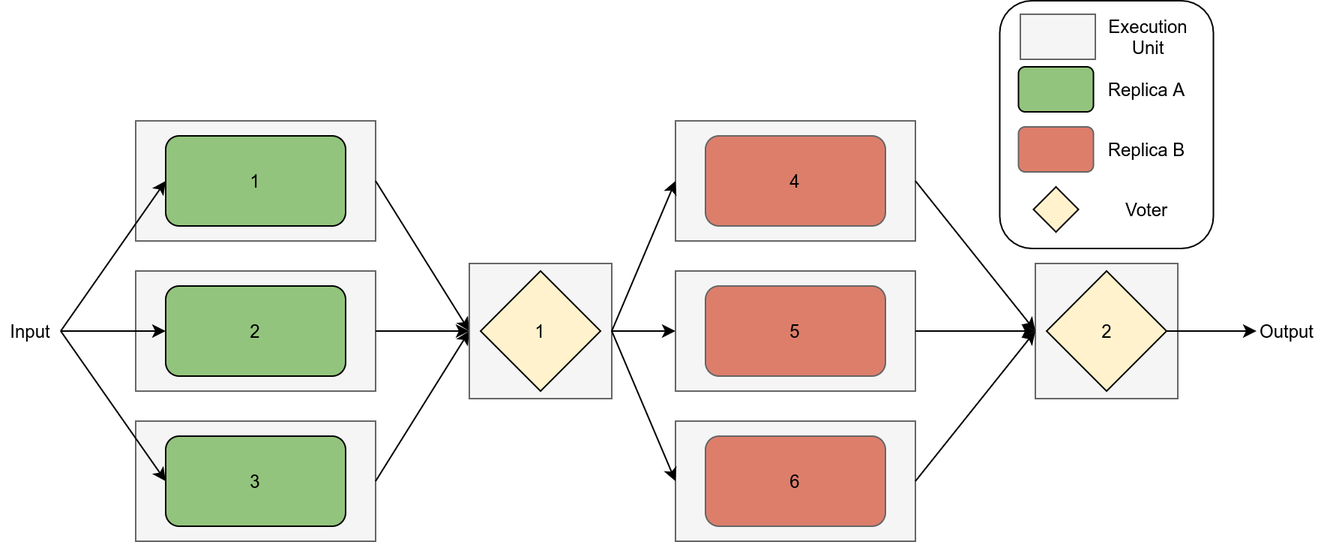
The draw.io diagram images/IntermediateVoting.png in Boffmann/masterThesis, before a commit. Source tidied: cells renumbered, new cells last; positions are measured from the earlier drawing's top-left corner, leaving out a move shared by most shapes.
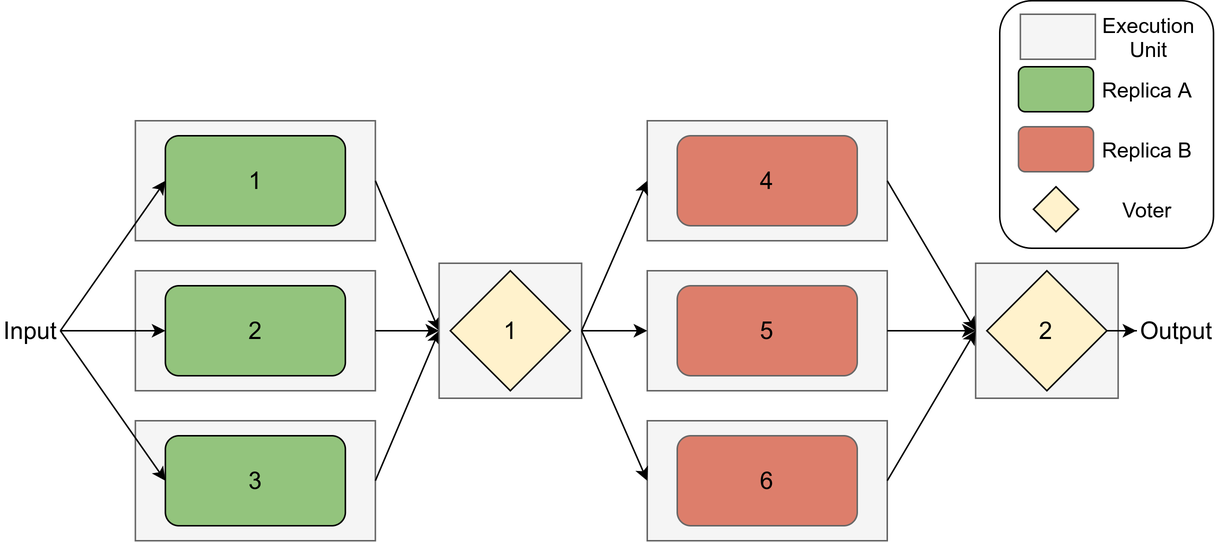
After the change.

Diff of the diagram source:
```diff
@@ -3,28 +3,30 @@
     <mxCell id="0" />
     <mxCell id="1" parent="0" />
     <mxCell id="2" style="rounded=0;whiteSpace=wrap;html=1;fillColor=#f5f5f5;strokeColor=#666666;fontColor=#333333;" parent="1" vertex="1">
-      <mxGeometry x="690" y="175" width="95" height="90" as="geometry" />
+      <mxGeometry x="683.9" y="-870" width="95" height="90" as="geometry" />
     </mxCell>
     <mxCell id="3" style="rounded=0;whiteSpace=wrap;html=1;fillColor=#f5f5f5;strokeColor=#666666;fontColor=#333333;" parent="1" vertex="1">
-      <mxGeometry x="90" y="180" width="160" height="80" as="geometry" />
+      <mxGeometry x="123.8" y="-865" width="160" height="80" as="geometry" />
     </mxCell>
     <mxCell id="4" style="rounded=0;whiteSpace=wrap;html=1;fillColor=#f5f5f5;strokeColor=#666666;fontColor=#333333;" parent="1" vertex="1">
-      <mxGeometry x="90" y="80" width="160" height="80" as="geometry" />
+      <mxGeometry x="123.8" y="-965" width="160" height="80" as="geometry" />
     </mxCell>
-    <mxCell id="5" value="1" style="rounded=1;whiteSpace=wrap;html=1;fillColor=#93C47D;" parent="1" vertex="1">
-      <mxGeometry x="110" y="90" width="120" height="60" as="geometry" />
+    <mxCell id="5" value="&lt;font style=&quot;font-size: 16px&quot;&gt;1&lt;/font&gt;" style="rounded=1;whiteSpace=wrap;html=1;fillColor=#93C47D;" parent="1" vertex="1">
+      <mxGeometry x="143.8" y="-955" width="120" height="60" as="geometry" />
     </mxCell>
-    <mxCell id="6" value="2" style="rounded=1;whiteSpace=wrap;html=1;fillColor=#93C47D;" parent="1" vertex="1">
-      <mxGeometry x="110" y="190" width="120" height="60" as="geometry" />
+    <mxCell id="6" value="&lt;font style=&quot;font-size: 16px&quot;&gt;2&lt;/font&gt;" style="rounded=1;whiteSpace=wrap;html=1;fillColor=#93C47D;" parent="1" vertex="1">
+      <mxGeometry x="143.8" y="-855" width="120" height="60" as="geometry" />
     </mxCell>
-    <mxCell id="7" style="edgeStyle=orthogonalEdgeStyle;rounded=0;jettySize=auto;html=1;entryX=0;entryY=0.5;entryDx=0;entryDy=0;" parent="1" edge="1" source="8" target="12">
-      <mxGeometry relative="1" as="geometry" />
+    <mxCell id="7" style="edgeStyle=orthogonalEdgeStyle;rounded=0;jettySize=auto;html=1;" parent="1" edge="1" source="8">
+      <mxGeometry relative="1" as="geometry">
+        <mxPoint x="791" y="-825" as="targetPoint" />
+      </mxGeometry>
     </mxCell>
-    <mxCell id="8" value="2" style="rhombus;whiteSpace=wrap;html=1;fillColor=#FFF2CC;" parent="1" vertex="1">
-      <mxGeometry x="697.5" y="180" width="80" height="80" as="geometry" />
+    <mxCell id="8" value="&lt;font style=&quot;font-size: 16px&quot;&gt;2&lt;/font&gt;" style="rhombus;whiteSpace=wrap;html=1;fillColor=#FFF2CC;" parent="1" vertex="1">
+      <mxGeometry x="691.4" y="-865" width="80" height="80" as="geometry" />
     </mxCell>
-    <mxCell id="9" value="Input" style="text;html=1;strokeColor=none;fillColor=none;align=center;verticalAlign=middle;whiteSpace=wrap;rounded=0;" parent="1" vertex="1">
-      <mxGeometry y="210" width="40" height="20" as="geometry" />
+    <mxCell id="9" value="&lt;font style=&quot;font-size: 16px&quot;&gt;Input&lt;/font&gt;" style="text;html=1;strokeColor=none;fillColor=none;align=center;verticalAlign=middle;whiteSpace=wrap;rounded=0;" parent="1" vertex="1">
+      <mxGeometry x="33.8" y="-835" width="40" height="20" as="geometry" />
     </mxCell>
     <mxCell id="10" style="endArrow=classic;html=1;exitX=1;exitY=0.5;exitDx=0;exitDy=0;entryX=0;entryY=0.5;entryDx=0;entryDy=0;" parent="1" edge="1" source="9" target="5">
       <mxGeometry relative="1" as="geometry" />
@@ -32,56 +34,56 @@
     <mxCell id="11" style="endArrow=classic;html=1;exitX=1;exitY=0.5;exitDx=0;exitDy=0;entryX=0;entryY=0.5;entryDx=0;entryDy=0;" parent="1" edge="1" source="9" target="6">
       <mxGeometry relative="1" as="geometry" />
     </mxCell>
-    <mxCell id="12" value="Output" style="text;html=1;strokeColor=none;fillColor=none;align=center;verticalAlign=middle;whiteSpace=wrap;rounded=0;" parent="1" vertex="1">
-      <mxGeometry x="837.5" y="210" width="40" height="20" as="geometry" />
+    <mxCell id="12" value="&lt;font style=&quot;font-size: 16px&quot;&gt;Output&lt;/font&gt;" style="text;html=1;strokeColor=none;fillColor=none;align=center;verticalAlign=middle;whiteSpace=wrap;rounded=0;" parent="1" vertex="1">
+      <mxGeometry x="797.5" y="-835" width="40" height="20" as="geometry" />
     </mxCell>
     <mxCell id="13" style="rounded=0;whiteSpace=wrap;html=1;fillColor=#f5f5f5;strokeColor=#666666;fontColor=#333333;" parent="1" vertex="1">
-      <mxGeometry x="90" y="280" width="160" height="80" as="geometry" />
+      <mxGeometry x="123.8" y="-765" width="160" height="80" as="geometry" />
     </mxCell>
-    <mxCell id="14" value="3" style="rounded=1;whiteSpace=wrap;html=1;fillColor=#93C47D;" parent="1" vertex="1">
-      <mxGeometry x="110" y="290" width="120" height="60" as="geometry" />
+    <mxCell id="14" value="&lt;font style=&quot;font-size: 16px&quot;&gt;3&lt;/font&gt;" style="rounded=1;whiteSpace=wrap;html=1;fillColor=#93C47D;" parent="1" vertex="1">
+      <mxGeometry x="143.8" y="-755" width="120" height="60" as="geometry" />
     </mxCell>
     <mxCell id="15" style="endArrow=classic;html=1;exitX=1;exitY=0.5;exitDx=0;exitDy=0;entryX=0;entryY=0.5;entryDx=0;entryDy=0;" parent="1" edge="1" source="9" target="14">
       <mxGeometry relative="1" as="geometry" />
     </mxCell>
     <mxCell id="16" style="rounded=1;whiteSpace=wrap;html=1;" parent="1" vertex="1">
-      <mxGeometry x="666.2" width="142.5" height="165" as="geometry" />
+      <mxGeometry x="700" y="-1045" width="142.5" height="165" as="geometry" />
     </mxCell>
     <mxCell id="17" style="rounded=0;whiteSpace=wrap;html=1;fillColor=#f5f5f5;strokeColor=#666666;fontColor=#333333;" parent="1" vertex="1">
-      <mxGeometry x="680" y="9" width="50" height="30" as="geometry" />
+      <mxGeometry x="713.8" y="-1036" width="50" height="30" as="geometry" />
     </mxCell>
-    <mxCell id="18" value="Execution&lt;br&gt;Unit" style="text;html=1;align=center;verticalAlign=middle;" parent="1" vertex="1">
-      <mxGeometry x="730" y="9" width="70" height="30" as="geometry" />
+    <mxCell id="18" value="&lt;font style=&quot;font-size: 14px&quot;&gt;Execution&lt;br&gt;Unit&lt;/font&gt;" style="text;html=1;align=center;verticalAlign=middle;" parent="1" vertex="1">
+      <mxGeometry x="758.8" y="-1041" width="80" height="40" as="geometry" />
     </mxCell>
     <mxCell id="19" style="rounded=1;whiteSpace=wrap;html=1;strokeColor=#666666;fillColor=#DD7E6B;" parent="1" vertex="1">
-      <mxGeometry x="678.8" y="84" width="50" height="30" as="geometry" />
+      <mxGeometry x="712.5" y="-961" width="50" height="30" as="geometry" />
     </mxCell>
-    <mxCell id="20" value="Replica B" style="text;html=1;align=center;verticalAlign=middle;" parent="1" vertex="1">
-      <mxGeometry x="728.8" y="89" width="70" height="20" as="geometry" />
+    <mxCell id="20" value="&lt;font style=&quot;font-size: 14px&quot;&gt;Replica B&lt;/font&gt;" style="text;html=1;align=center;verticalAlign=middle;" parent="1" vertex="1">
+      <mxGeometry x="757.5" y="-956" width="80" height="20" as="geometry" />
     </mxCell>
     <mxCell id="21" style="rhombus;whiteSpace=wrap;html=1;fillColor=#FFF2CC;" parent="1" vertex="1">
-      <mxGeometry x="688.8" y="124" width="30" height="30" as="geometry" />
+      <mxGeometry x="722.5" y="-921" width="30" height="30" as="geometry" />
     </mxCell>
-    <mxCell id="22" value="Voter" style="text;html=1;align=center;verticalAlign=middle;" parent="1" vertex="1">
-      <mxGeometry x="743.8" y="129" width="40" height="20" as="geometry" />
+    <mxCell id="22" value="&lt;font style=&quot;font-size: 14px&quot;&gt;Voter&lt;/font&gt;" style="text;html=1;align=center;verticalAlign=middle;" parent="1" vertex="1">
+      <mxGeometry x="772.5" y="-916" width="50" height="20" as="geometry" />
     </mxCell>
     <mxCell id="23" style="rounded=0;whiteSpace=wrap;html=1;fillColor=#f5f5f5;strokeColor=#666666;fontColor=#333333;" parent="1" vertex="1">
-      <mxGeometry x="450" y="280" width="160" height="80" as="geometry" />
+      <mxGeometry x="465" y="-765" width="160" height="80" as="geometry" />
     </mxCell>
-    <mxCell id="24" value="6" style="rounded=1;whiteSpace=wrap;html=1;strokeColor=#666666;fillColor=#DD7E6B;" parent="1" vertex="1">
-      <mxGeometry x="470" y="290" width="120" height="60" as="geometry" />
+    <mxCell id="24" value="&lt;font style=&quot;font-size: 16px&quot;&gt;6&lt;/font&gt;" style="rounded=1;whiteSpace=wrap;html=1;strokeColor=#666666;fillColor=#DD7E6B;" parent="1" vertex="1">
+      <mxGeometry x="485" y="-755" width="120" height="60" as="geometry" />
     </mxCell>
     <mxCell id="25" style="rounded=0;whiteSpace=wrap;html=1;fillColor=#f5f5f5;strokeColor=#666666;fontColor=#333333;" parent="1" vertex="1">
-      <mxGeometry x="450" y="180" width="160" height="80" as="geometry" />
+      <mxGeometry x="465" y="-865" width="160" height="80" as="geometry" />
     </mxCell>
-    <mxCell id="26" value="5" style="rounded=1;whiteSpace=wrap;html=1;strokeColor=#666666;fillColor=#DD7E6B;" parent="1" vertex="1">
-      <mxGeometry x="470" y="190" width="120" height="60" as="geometry" />
+    <mxCell id="26" value="&lt;font style=&quot;font-size: 16px&quot;&gt;5&lt;/font&gt;" style="rounded=1;whiteSpace=wrap;html=1;strokeColor=#666666;fillColor=#DD7E6B;" parent="1" vertex="1">
+      <mxGeometry x="485" y="-855" width="120" height="60" as="geometry" />
     </mxCell>
     <mxCell id="27" style="rounded=0;whiteSpace=wrap;html=1;fillColor=#f5f5f5;strokeColor=#666666;fontColor=#333333;" parent="1" vertex="1">
-      <mxGeometry x="450" y="80" width="160" height="80" as="geometry" />
+      <mxGeometry x="465" y="-965" width="160" height="80" as="geometry" />
     </mxCell>
-    <mxCell id="28" value="4" style="rounded=1;whiteSpace=wrap;html=1;strokeColor=#666666;fillColor=#DD7E6B;" parent="1" vertex="1">
-      <mxGeometry x="470" y="90" width="120" height="60" as="geometry" />
+    <mxCell id="28" value="&lt;font style=&quot;font-size: 16px&quot;&gt;4&lt;/font&gt;" style="rounded=1;whiteSpace=wrap;html=1;strokeColor=#666666;fillColor=#DD7E6B;" parent="1" vertex="1">
+      <mxGeometry x="485" y="-955" width="120" height="60" as="geometry" />
     </mxCell>
     <mxCell id="29" style="endArrow=classic;html=1;exitX=1;exitY=0.5;exitDx=0;exitDy=0;entryX=0;entryY=0.5;entryDx=0;entryDy=0;" parent="1" edge="1" source="23" target="2">
       <mxGeometry relative="1" as="geometry" />
@@ -102,16 +104,16 @@
       <mxGeometry relative="1" as="geometry" />
     </mxCell>
     <mxCell id="35" style="rounded=1;whiteSpace=wrap;html=1;fillColor=#93C47D;" parent="1" vertex="1">
-      <mxGeometry x="678.8" y="44" width="50" height="30" as="geometry" />
+      <mxGeometry x="712.5" y="-1001" width="50" height="30" as="geometry" />
     </mxCell>
-    <mxCell id="36" value="Replica A" style="text;html=1;align=center;verticalAlign=middle;" parent="1" vertex="1">
-      <mxGeometry x="728.8" y="49" width="70" height="20" as="geometry" />
+    <mxCell id="36" value="&lt;font style=&quot;font-size: 14px&quot;&gt;Replica A&lt;/font&gt;" style="text;html=1;align=center;verticalAlign=middle;" parent="1" vertex="1">
+      <mxGeometry x="762.5" y="-996" width="70" height="20" as="geometry" />
     </mxCell>
     <mxCell id="37" style="rounded=0;whiteSpace=wrap;html=1;fillColor=#f5f5f5;strokeColor=#666666;fontColor=#333333;" parent="1" vertex="1">
-      <mxGeometry x="312.5" y="175" width="95" height="90" as="geometry" />
+      <mxGeometry x="326.2" y="-870" width="95" height="90" as="geometry" />
     </mxCell>
-    <mxCell id="38" value="1" style="rhombus;whiteSpace=wrap;html=1;fillColor=#FFF2CC;" parent="1" vertex="1">
-      <mxGeometry x="320" y="180" width="80" height="80" as="geometry" />
+    <mxCell id="38" value="&lt;font style=&quot;font-size: 16px&quot;&gt;1&lt;/font&gt;" style="rhombus;whiteSpace=wrap;html=1;fillColor=#FFF2CC;" parent="1" vertex="1">
+      <mxGeometry x="333.8" y="-865" width="80" height="80" as="geometry" />
     </mxCell>
     <mxCell id="39" style="endArrow=classic;html=1;exitX=1;exitY=0.5;exitDx=0;exitDy=0;entryX=0;entryY=0.5;entryDx=0;entryDy=0;" parent="1" edge="1" source="37" target="23">
       <mxGeometry relative="1" as="geometry" />
```
